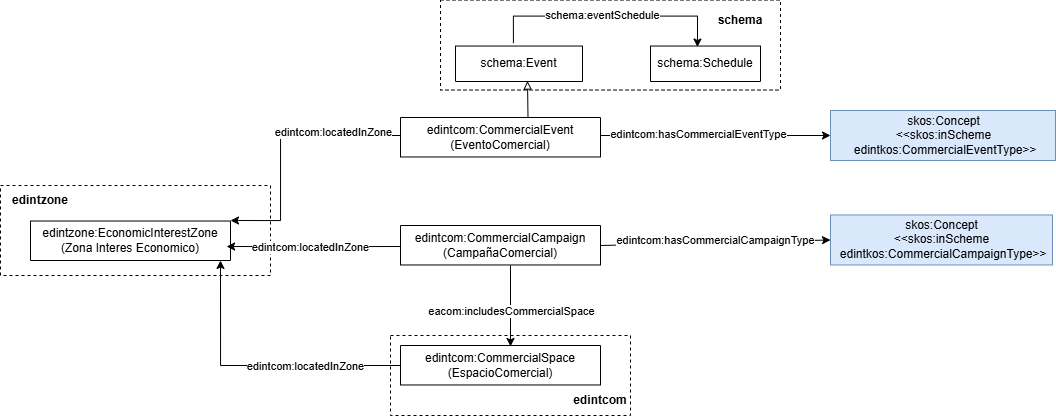
Above: diagrams/diagrama.png in oeg-upm/edint-ontologia-promocion-comercial (draw.io), before the change. Source tidied: cells renumbered, new cells last; positions are measured from the earlier drawing's top-left corner, leaving out a move shared by most shapes.
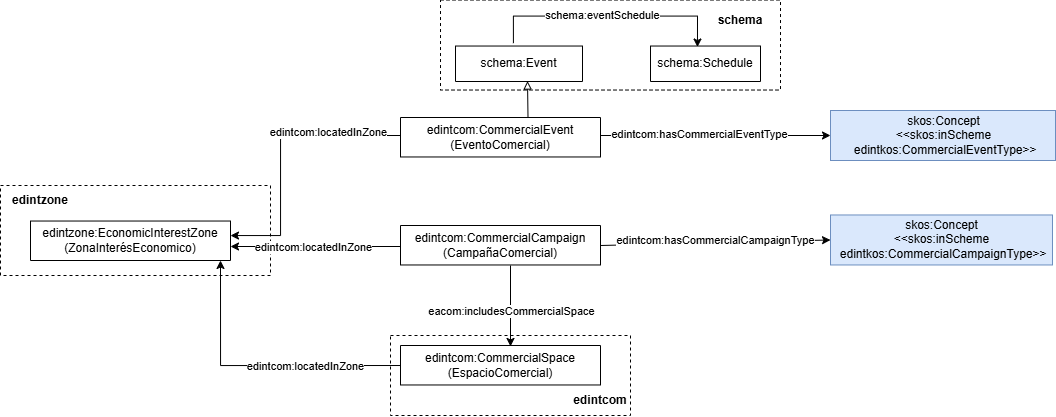
Above is the later version.

The edit, as a diff of the source:
```diff
@@ -5,16 +5,15 @@
     <mxCell id="2" style="rounded=0;whiteSpace=wrap;html=1;fillColor=none;dashed=1;" parent="1" vertex="1">
       <mxGeometry y="185" width="270" height="90" as="geometry" />
     </mxCell>
-    <mxCell id="3" value="&lt;div&gt;&lt;font&gt;edintzone:EconomicInterestZone&lt;/font&gt;&lt;/div&gt;&lt;div&gt;&lt;font&gt;(Zona Interes Economico)&lt;/font&gt;&lt;/div&gt;" style="verticalAlign=middle;align=center;vsdxID=334;shape=(stored shape, 160 characters);labelBackgroundColor=none;rounded=0;html=1;whiteSpace=wrap;" parent="1" vertex="1">
+    <mxCell id="3" value="&lt;div&gt;&lt;font&gt;edintzone:EconomicInterestZone&lt;/font&gt;&lt;/div&gt;&lt;div&gt;&lt;font&gt;(ZonaInterésEconomico)&lt;/font&gt;&lt;/div&gt;" style="verticalAlign=middle;align=center;vsdxID=334;shape=(stored shape, 160 characters);labelBackgroundColor=none;rounded=0;html=1;whiteSpace=wrap;" parent="1" vertex="1">
       <mxGeometry x="30" y="220.5" width="200" height="39.5" as="geometry" />
     </mxCell>
-    <mxCell id="4" style="edgeStyle=orthogonalEdgeStyle;rounded=0;orthogonalLoop=1;jettySize=auto;html=1;entryX=1.012;entryY=0.459;entryDx=0;entryDy=0;entryPerimeter=0;" parent="1" edge="1">
+    <mxCell id="4" style="edgeStyle=orthogonalEdgeStyle;rounded=0;jettySize=auto;html=1;" parent="1" edge="1" target="3">
       <mxGeometry relative="1" as="geometry">
         <mxPoint x="400" y="246" as="sourcePoint" />
-        <mxPoint x="226.1" y="246" as="targetPoint" />
         <Array as="points">
-          <mxPoint x="360" y="246" />
-          <mxPoint x="360" y="246" />
+          <mxPoint x="270" y="246" />
+          <mxPoint x="270" y="246" />
         </Array>
       </mxGeometry>
     </mxCell>
@@ -103,13 +102,12 @@
         <mxPoint x="527.5" y="117" as="sourcePoint" />
       </mxGeometry>
     </mxCell>
-    <mxCell id="25" style="endArrow=classic;html=1;rounded=0;edgeStyle=orthogonalEdgeStyle;" parent="1" edge="1">
+    <mxCell id="25" style="endArrow=classic;html=1;rounded=0;edgeStyle=orthogonalEdgeStyle;" parent="1" edge="1" target="3">
       <mxGeometry relative="1" as="geometry">
         <mxPoint x="400" y="135" as="sourcePoint" />
-        <mxPoint x="230" y="220" as="targetPoint" />
         <Array as="points">
           <mxPoint x="280" y="135" />
-          <mxPoint x="280" y="220" />
+          <mxPoint x="280" y="235" />
         </Array>
       </mxGeometry>
     </mxCell>
```
